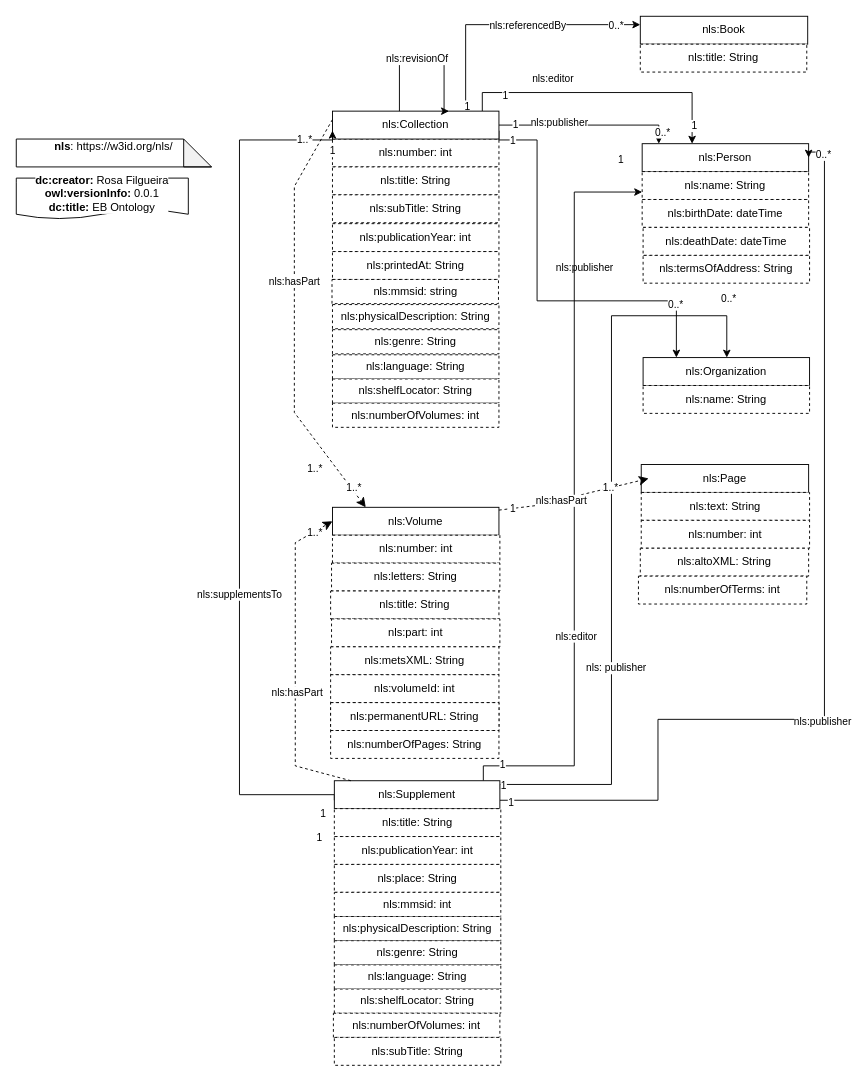
Earlier version of the draw.io diagram nls.drawio (francesNLP/NLS-ontology). Source tidied: cells renumbered, new cells numbered last; positions are measured from the earlier drawing's top-left corner, leaving out a move shared by most shapes. Both pictures are drawn from the tidied source at 93%, with x=0, y=0 at pixel (16, 16).
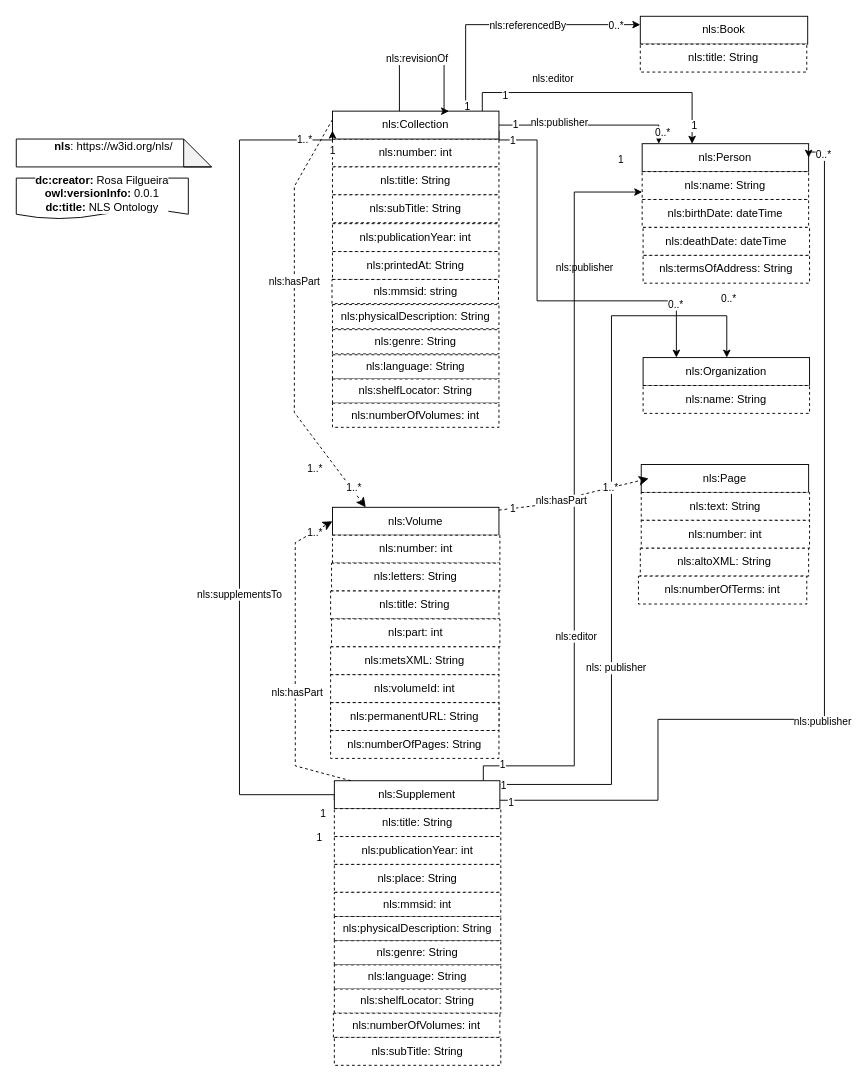
The same page after the edit.

Change to the diagram source:
```diff
@@
-    <mxCell id="24" value="&lt;div&gt;&lt;b&gt;dc:creator:&lt;/b&gt; Rosa Filgueira&lt;br&gt;&lt;/div&gt;&lt;div&gt;&lt;b&gt;owl:versionInfo:&lt;/b&gt; 0.0.1&lt;/div&gt;&lt;div&gt;&lt;b&gt;dc:title:&lt;/b&gt; EB Ontology&lt;/div&gt;" style="shape=document;whiteSpace=wrap;html=1;boundedLbl=1;labelBackgroundColor=#ffffff;strokeColor=#000000;fontSize=12;fontColor=#000000;size=0.23333333333333334;" parent="1" vertex="1">
+    <mxCell id="24" value="&lt;div&gt;&lt;b&gt;dc:creator:&lt;/b&gt; Rosa Filgueira&lt;br&gt;&lt;/div&gt;&lt;div&gt;&lt;b&gt;owl:versionInfo:&lt;/b&gt; 0.0.1&lt;/div&gt;&lt;div&gt;&lt;b&gt;dc:title:&lt;/b&gt; NLS Ontology&lt;/div&gt;" style="shape=document;whiteSpace=wrap;html=1;boundedLbl=1;labelBackgroundColor=#ffffff;strokeColor=#000000;fontSize=12;fontColor=#000000;size=0.23333333333333334;" parent="1" vertex="1">
       <mxGeometry y="174" width="185" height="44" as="geometry" />
     </mxCell>
```
